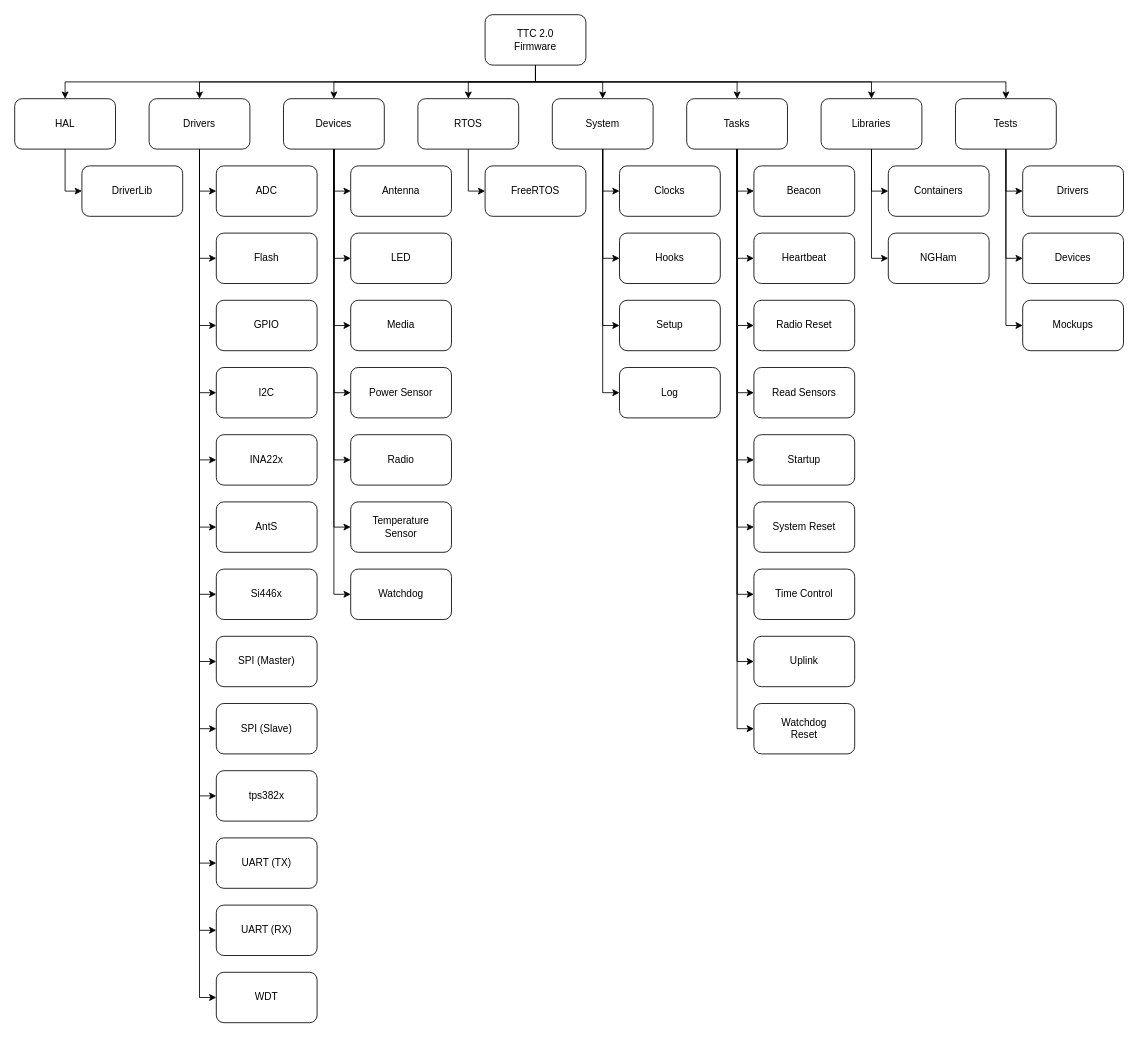
Before: doc/user_manual/figures/product-tree-fw.drawio in spacelab-ufsc/ttc2, a draw.io diagram. Source tidied: cells renumbered, new cells numbered last; positions are measured from the earlier drawing's top-left corner, leaving out a move shared by most shapes. Both pictures are drawn from the tidied source at 84%, with x=0, y=0 at pixel (14, 14).
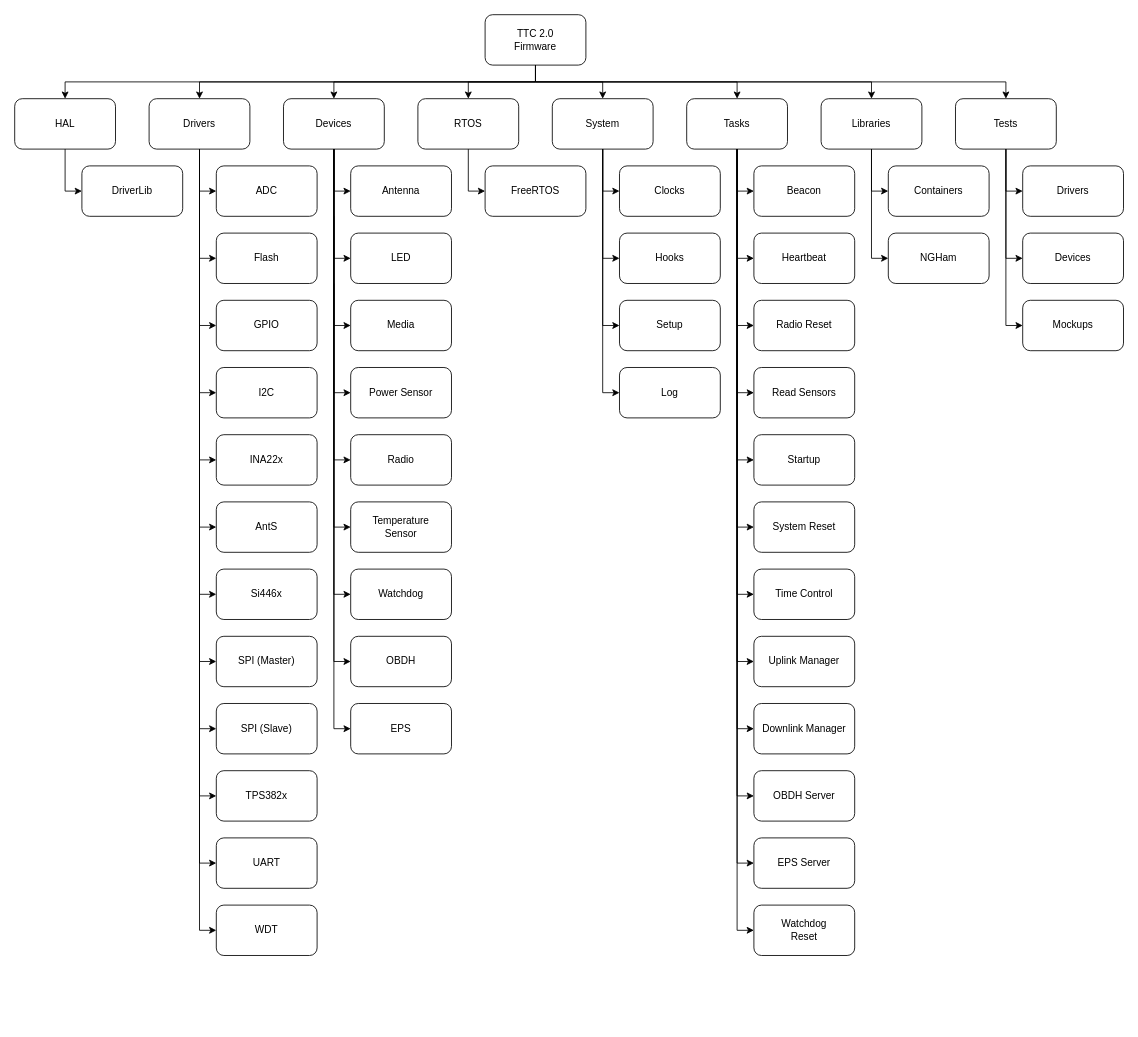
The same diagram, later.

Unchanged cells that the change refers to:
```xml
<mxCell id="2" value="Drivers" style="rounded=1;whiteSpace=wrap;html=1;" parent="1" vertex="1">
  <mxGeometry x="160" y="100" width="120" height="60" as="geometry" />
</mxCell>
```

Diff of the diagram source:
```diff
@@
-    <mxCell id="14" value="tps382x" style="rounded=1;whiteSpace=wrap;html=1;" parent="1" vertex="1">
+    <mxCell id="14" value="TPS382x" style="rounded=1;whiteSpace=wrap;html=1;" parent="1" vertex="1">
       <mxGeometry x="240" y="900" width="120" height="60" as="geometry" />
     </mxCell>
     <mxCell id="15" value="WDT" style="rounded=1;whiteSpace=wrap;html=1;" parent="1" vertex="1">
-      <mxGeometry x="240" y="1140" width="120" height="60" as="geometry" />
+      <mxGeometry x="240" y="1060" width="120" height="60" as="geometry" />
     </mxCell>
-    <mxCell id="16" value="UART (TX)" style="rounded=1;whiteSpace=wrap;html=1;" parent="1" vertex="1">
+    <mxCell id="16" value="UART" style="rounded=1;whiteSpace=wrap;html=1;" parent="1" vertex="1">
       <mxGeometry x="240" y="980" width="120" height="60" as="geometry" />
     </mxCell>
-    <mxCell id="17" value="UART (RX)" style="rounded=1;whiteSpace=wrap;html=1;" parent="1" vertex="1">
-      <mxGeometry x="240" y="1060" width="120" height="60" as="geometry" />
-    </mxCell>
@@
-    <mxCell id="29" style="endArrow=classic;html=1;rounded=0;entryX=0;entryY=0.5;entryDx=0;entryDy=0;exitX=0.5;exitY=1;exitDx=0;exitDy=0;" parent="1" edge="1" source="2" target="17">
+    <mxCell id="29" style="endArrow=classic;html=1;rounded=0;entryX=0;entryY=0.5;entryDx=0;entryDy=0;exitX=0.5;exitY=1;exitDx=0;exitDy=0;" parent="1" edge="1" source="2">
       <mxGeometry relative="1" as="geometry">
+        <mxPoint x="240" y="1090" as="targetPoint" />
         <Array as="points">
           <mxPoint x="220" y="1090" />
         </Array>
       </mxGeometry>
     </mxCell>
-    <mxCell id="30" style="endArrow=classic;html=1;rounded=0;entryX=0;entryY=0.5;entryDx=0;entryDy=0;exitX=0.5;exitY=1;exitDx=0;exitDy=0;" parent="1" edge="1" source="2" target="15">
-      <mxGeometry relative="1" as="geometry">
-        <Array as="points">
-          <mxPoint x="220" y="1170" />
-        </Array>
-      </mxGeometry>
-    </mxCell>
@@
-    <mxCell id="45" value="Uplink" style="rounded=1;whiteSpace=wrap;html=1;" parent="1" vertex="1">
+    <mxCell id="45" value="Uplink Manager" style="rounded=1;whiteSpace=wrap;html=1;" parent="1" vertex="1">
       <mxGeometry x="880" y="740" width="120" height="60" as="geometry" />
     </mxCell>
-    <mxCell id="46" value="Watchdog&lt;br&gt;Reset" style="rounded=1;whiteSpace=wrap;html=1;" parent="1" vertex="1">
+    <mxCell id="46" value="Downlink Manager" style="rounded=1;whiteSpace=wrap;html=1;" parent="1" vertex="1">
       <mxGeometry x="880" y="820" width="120" height="60" as="geometry" />
     </mxCell>
@@
+    <mxCell id="99" value="&lt;div&gt;OBDH Server&lt;/div&gt;" style="rounded=1;whiteSpace=wrap;html=1;" parent="1" vertex="1">
+      <mxGeometry x="880" y="900" width="120" height="60" as="geometry" />
+    </mxCell>
+    <mxCell id="100" value="EPS Server" style="rounded=1;whiteSpace=wrap;html=1;" parent="1" vertex="1">
+      <mxGeometry x="880" y="980" width="120" height="60" as="geometry" />
+    </mxCell>
+    <mxCell id="101" value="Watchdog&lt;br&gt;Reset" style="rounded=1;whiteSpace=wrap;html=1;" parent="1" vertex="1">
+      <mxGeometry x="880" y="1060" width="120" height="60" as="geometry" />
+    </mxCell>
+    <mxCell id="102" value="&lt;div&gt;OBDH &lt;/div&gt;" style="rounded=1;whiteSpace=wrap;html=1;" parent="1" vertex="1">
+      <mxGeometry x="400" y="740" width="120" height="60" as="geometry" />
+    </mxCell>
+    <mxCell id="103" value="EPS " style="rounded=1;whiteSpace=wrap;html=1;" parent="1" vertex="1">
+      <mxGeometry x="400" y="820" width="120" height="60" as="geometry" />
+    </mxCell>
+    <mxCell id="104" style="endArrow=classic;html=1;rounded=0;entryX=0;entryY=0.5;entryDx=0;entryDy=0;exitX=0.5;exitY=1;exitDx=0;exitDy=0;" parent="1" edge="1">
+      <mxGeometry relative="1" as="geometry">
+        <mxPoint x="380" y="240" as="sourcePoint" />
+        <mxPoint x="400" y="770" as="targetPoint" />
+        <Array as="points">
+          <mxPoint x="380" y="770" />
+        </Array>
+      </mxGeometry>
+    </mxCell>
+    <mxCell id="105" style="endArrow=classic;html=1;rounded=0;entryX=0;entryY=0.5;entryDx=0;entryDy=0;exitX=0.5;exitY=1;exitDx=0;exitDy=0;" parent="1" edge="1">
+      <mxGeometry relative="1" as="geometry">
+        <mxPoint x="380" y="320" as="sourcePoint" />
+        <mxPoint x="400" y="850" as="targetPoint" />
+        <Array as="points">
+          <mxPoint x="380" y="850" />
+        </Array>
+      </mxGeometry>
+    </mxCell>
+    <mxCell id="106" style="endArrow=classic;html=1;rounded=0;entryX=0;entryY=0.5;entryDx=0;entryDy=0;exitX=0.5;exitY=1;exitDx=0;exitDy=0;" parent="1" edge="1">
+      <mxGeometry relative="1" as="geometry">
+        <mxPoint x="860" y="240" as="sourcePoint" />
+        <mxPoint x="880" y="930" as="targetPoint" />
+        <Array as="points">
+          <mxPoint x="860" y="930" />
+        </Array>
+      </mxGeometry>
+    </mxCell>
+    <mxCell id="107" style="endArrow=classic;html=1;rounded=0;entryX=0;entryY=0.5;entryDx=0;entryDy=0;exitX=0.5;exitY=1;exitDx=0;exitDy=0;" parent="1" edge="1">
+      <mxGeometry relative="1" as="geometry">
+        <mxPoint x="860" y="320" as="sourcePoint" />
+        <mxPoint x="880" y="1010" as="targetPoint" />
+        <Array as="points">
+          <mxPoint x="860" y="1010" />
+        </Array>
+      </mxGeometry>
+    </mxCell>
+    <mxCell id="108" style="endArrow=classic;html=1;rounded=0;entryX=0;entryY=0.5;entryDx=0;entryDy=0;exitX=0.5;exitY=1;exitDx=0;exitDy=0;" parent="1" edge="1">
+      <mxGeometry relative="1" as="geometry">
+        <mxPoint x="860" y="400" as="sourcePoint" />
+        <mxPoint x="880" y="1090" as="targetPoint" />
+        <Array as="points">
+          <mxPoint x="860" y="1090" />
+        </Array>
+      </mxGeometry>
+    </mxCell>
```
